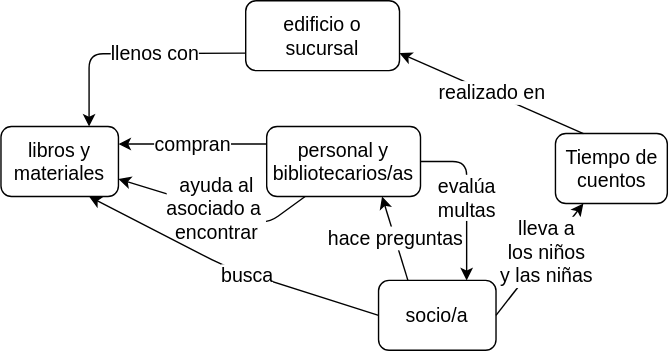
This is es/figures/library-patron-concept-map.svg from gvwilson/teachtogether.tech, a draw.io export, as it was before one commit. Source tidied: cells renumbered, new cells last; positions are measured from the earlier drawing's top-left corner, leaving out a move shared by most shapes. Its diagram source:
```xml
<mxGraphModel>
  <root>
    <mxCell id="0" />
    <mxCell id="1" parent="0" />
    <mxCell id="2" value="edificio o&lt;br&gt;sucursal" style="rounded=1;whiteSpace=wrap;html=1;fontSize=14;" parent="1" vertex="1">
      <mxGeometry x="175" width="110" height="50" as="geometry" />
    </mxCell>
    <mxCell id="3" value="libros y&lt;br&gt;materiales" style="rounded=1;whiteSpace=wrap;html=1;fontSize=14;" parent="1" vertex="1">
      <mxGeometry y="90" width="84" height="50" as="geometry" />
    </mxCell>
    <mxCell id="4" value="socio/a" style="rounded=1;whiteSpace=wrap;html=1;fontSize=14;" parent="1" vertex="1">
      <mxGeometry x="270" y="200" width="84" height="50" as="geometry" />
    </mxCell>
    <mxCell id="5" value="personal y&lt;br&gt;bibliotecarios/as" style="rounded=1;whiteSpace=wrap;html=1;fontSize=14;" parent="1" vertex="1">
      <mxGeometry x="190" y="90" width="110" height="50" as="geometry" />
    </mxCell>
    <mxCell id="6" value="Tiempo de&lt;br&gt;cuentos" style="rounded=1;whiteSpace=wrap;html=1;fontSize=14;" parent="1" vertex="1">
      <mxGeometry x="396.5" y="95" width="80" height="50" as="geometry" />
    </mxCell>
    <mxCell id="7" value="llenos con" style="endArrow=classic;html=1;entryX=0.75;entryY=0;entryDx=0;entryDy=0;fontSize=14;exitX=0;exitY=0.75;exitDx=0;exitDy=0;" parent="1" edge="1" source="2" target="3">
      <mxGeometry x="-0.21" relative="1" as="geometry">
        <Array as="points">
          <mxPoint x="63" y="38" />
        </Array>
      </mxGeometry>
    </mxCell>
    <mxCell id="8" value="compran" style="endArrow=classic;html=1;entryX=1;entryY=0.25;entryDx=0;entryDy=0;fontSize=14;exitX=0;exitY=0.25;exitDx=0;exitDy=0;" parent="1" edge="1" source="5" target="3">
      <mxGeometry relative="1" as="geometry" />
    </mxCell>
    <mxCell id="9" value="hace preguntas" style="endArrow=classic;html=1;entryX=0.75;entryY=1;entryDx=0;entryDy=0;fontSize=14;exitX=0.25;exitY=0;exitDx=0;exitDy=0;" parent="1" edge="1" source="4" target="5">
      <mxGeometry relative="1" as="geometry" />
    </mxCell>
    <mxCell id="10" value="realizado en" style="endArrow=classic;html=1;exitX=0.25;exitY=0;exitDx=0;exitDy=0;fontSize=14;entryX=1;entryY=0.75;entryDx=0;entryDy=0;" parent="1" edge="1" source="6" target="2">
      <mxGeometry relative="1" as="geometry" />
    </mxCell>
    <mxCell id="11" value="lleva a&lt;br&gt;los niños&lt;br&gt;y las niñas" style="endArrow=classic;html=1;entryX=0.25;entryY=1;entryDx=0;entryDy=0;fontSize=14;exitX=1;exitY=0.5;exitDx=0;exitDy=0;" parent="1" edge="1" source="4" target="6">
      <mxGeometry x="0.14" y="-1" relative="1" as="geometry" />
    </mxCell>
    <mxCell id="12" value="evalúa&lt;br&gt;multas" style="endArrow=classic;html=1;entryX=0.75;entryY=0;entryDx=0;entryDy=0;fontSize=14;exitX=1;exitY=0.5;exitDx=0;exitDy=0;" parent="1" edge="1" source="5" target="4">
      <mxGeometry relative="1" as="geometry">
        <Array as="points">
          <mxPoint x="333" y="115" />
        </Array>
      </mxGeometry>
    </mxCell>
    <mxCell id="13" value="ayuda al&lt;br&gt;asociado a&amp;nbsp;&lt;br&gt;encontrar" style="endArrow=classic;html=1;entryX=1;entryY=0.75;entryDx=0;entryDy=0;fontSize=14;exitX=0.25;exitY=1;exitDx=0;exitDy=0;" parent="1" edge="1" source="5" target="3">
      <mxGeometry relative="1" as="geometry">
        <Array as="points">
          <mxPoint x="190" y="160" />
        </Array>
      </mxGeometry>
    </mxCell>
    <mxCell id="14" value="busca" style="endArrow=classic;html=1;entryX=0.75;entryY=1;entryDx=0;entryDy=0;fontSize=14;exitX=0;exitY=0.5;exitDx=0;exitDy=0;" parent="1" edge="1" source="4" target="3">
      <mxGeometry x="-0.13" y="2" relative="1" as="geometry">
        <Array as="points">
          <mxPoint x="160" y="190" />
        </Array>
      </mxGeometry>
    </mxCell>
  </root>
</mxGraphModel>
```
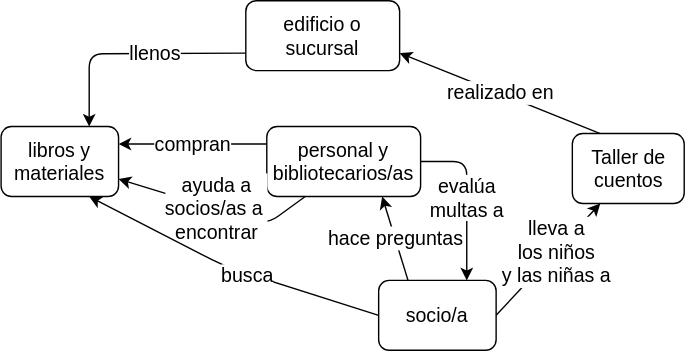
The same file after the commit.

Commit message:
Library concept map patron

second review

What changed in the source:
```diff
@@ -14,10 +14,10 @@
     <mxCell id="5" value="personal y&lt;br&gt;bibliotecarios/as" style="rounded=1;whiteSpace=wrap;html=1;fontSize=14;" parent="1" vertex="1">
       <mxGeometry x="190" y="90" width="110" height="50" as="geometry" />
     </mxCell>
-    <mxCell id="6" value="Tiempo de&lt;br&gt;cuentos" style="rounded=1;whiteSpace=wrap;html=1;fontSize=14;" parent="1" vertex="1">
-      <mxGeometry x="396.5" y="95" width="80" height="50" as="geometry" />
+    <mxCell id="6" value="Taller de&lt;br&gt;cuentos" style="rounded=1;whiteSpace=wrap;html=1;fontSize=14;" parent="1" vertex="1">
+      <mxGeometry x="408.5" y="95" width="80" height="50" as="geometry" />
     </mxCell>
-    <mxCell id="7" value="llenos con" style="endArrow=classic;html=1;entryX=0.75;entryY=0;entryDx=0;entryDy=0;fontSize=14;exitX=0;exitY=0.75;exitDx=0;exitDy=0;" parent="1" edge="1" source="2" target="3">
+    <mxCell id="7" value="llenos" style="endArrow=classic;html=1;entryX=0.75;entryY=0;entryDx=0;entryDy=0;fontSize=14;exitX=0;exitY=0.75;exitDx=0;exitDy=0;" parent="1" edge="1" source="2" target="3">
       <mxGeometry x="-0.21" relative="1" as="geometry">
         <Array as="points">
           <mxPoint x="63" y="38" />
@@ -33,17 +33,17 @@
     <mxCell id="10" value="realizado en" style="endArrow=classic;html=1;exitX=0.25;exitY=0;exitDx=0;exitDy=0;fontSize=14;entryX=1;entryY=0.75;entryDx=0;entryDy=0;" parent="1" edge="1" source="6" target="2">
       <mxGeometry relative="1" as="geometry" />
     </mxCell>
-    <mxCell id="11" value="lleva a&lt;br&gt;los niños&lt;br&gt;y las niñas" style="endArrow=classic;html=1;entryX=0.25;entryY=1;entryDx=0;entryDy=0;fontSize=14;exitX=1;exitY=0.5;exitDx=0;exitDy=0;" parent="1" edge="1" source="4" target="6">
+    <mxCell id="11" value="lleva a&lt;br&gt;los niños&lt;br&gt;y las niñas a" style="endArrow=classic;html=1;entryX=0.25;entryY=1;entryDx=0;entryDy=0;fontSize=14;exitX=1;exitY=0.5;exitDx=0;exitDy=0;" parent="1" edge="1" source="4" target="6">
       <mxGeometry x="0.14" y="-1" relative="1" as="geometry" />
     </mxCell>
-    <mxCell id="12" value="evalúa&lt;br&gt;multas" style="endArrow=classic;html=1;entryX=0.75;entryY=0;entryDx=0;entryDy=0;fontSize=14;exitX=1;exitY=0.5;exitDx=0;exitDy=0;" parent="1" edge="1" source="5" target="4">
+    <mxCell id="12" value="evalúa&lt;br&gt;multas a" style="endArrow=classic;html=1;entryX=0.75;entryY=0;entryDx=0;entryDy=0;fontSize=14;exitX=1;exitY=0.5;exitDx=0;exitDy=0;" parent="1" edge="1" source="5" target="4">
       <mxGeometry relative="1" as="geometry">
         <Array as="points">
           <mxPoint x="333" y="115" />
         </Array>
       </mxGeometry>
     </mxCell>
-    <mxCell id="13" value="ayuda al&lt;br&gt;asociado a&amp;nbsp;&lt;br&gt;encontrar" style="endArrow=classic;html=1;entryX=1;entryY=0.75;entryDx=0;entryDy=0;fontSize=14;exitX=0.25;exitY=1;exitDx=0;exitDy=0;" parent="1" edge="1" source="5" target="3">
+    <mxCell id="13" value="ayuda a&lt;br&gt;socios/as a&amp;nbsp;&lt;br&gt;encontrar" style="endArrow=classic;html=1;entryX=1;entryY=0.75;entryDx=0;entryDy=0;fontSize=14;exitX=0.25;exitY=1;exitDx=0;exitDy=0;" parent="1" edge="1" source="5" target="3">
       <mxGeometry relative="1" as="geometry">
         <Array as="points">
           <mxPoint x="190" y="160" />
```
